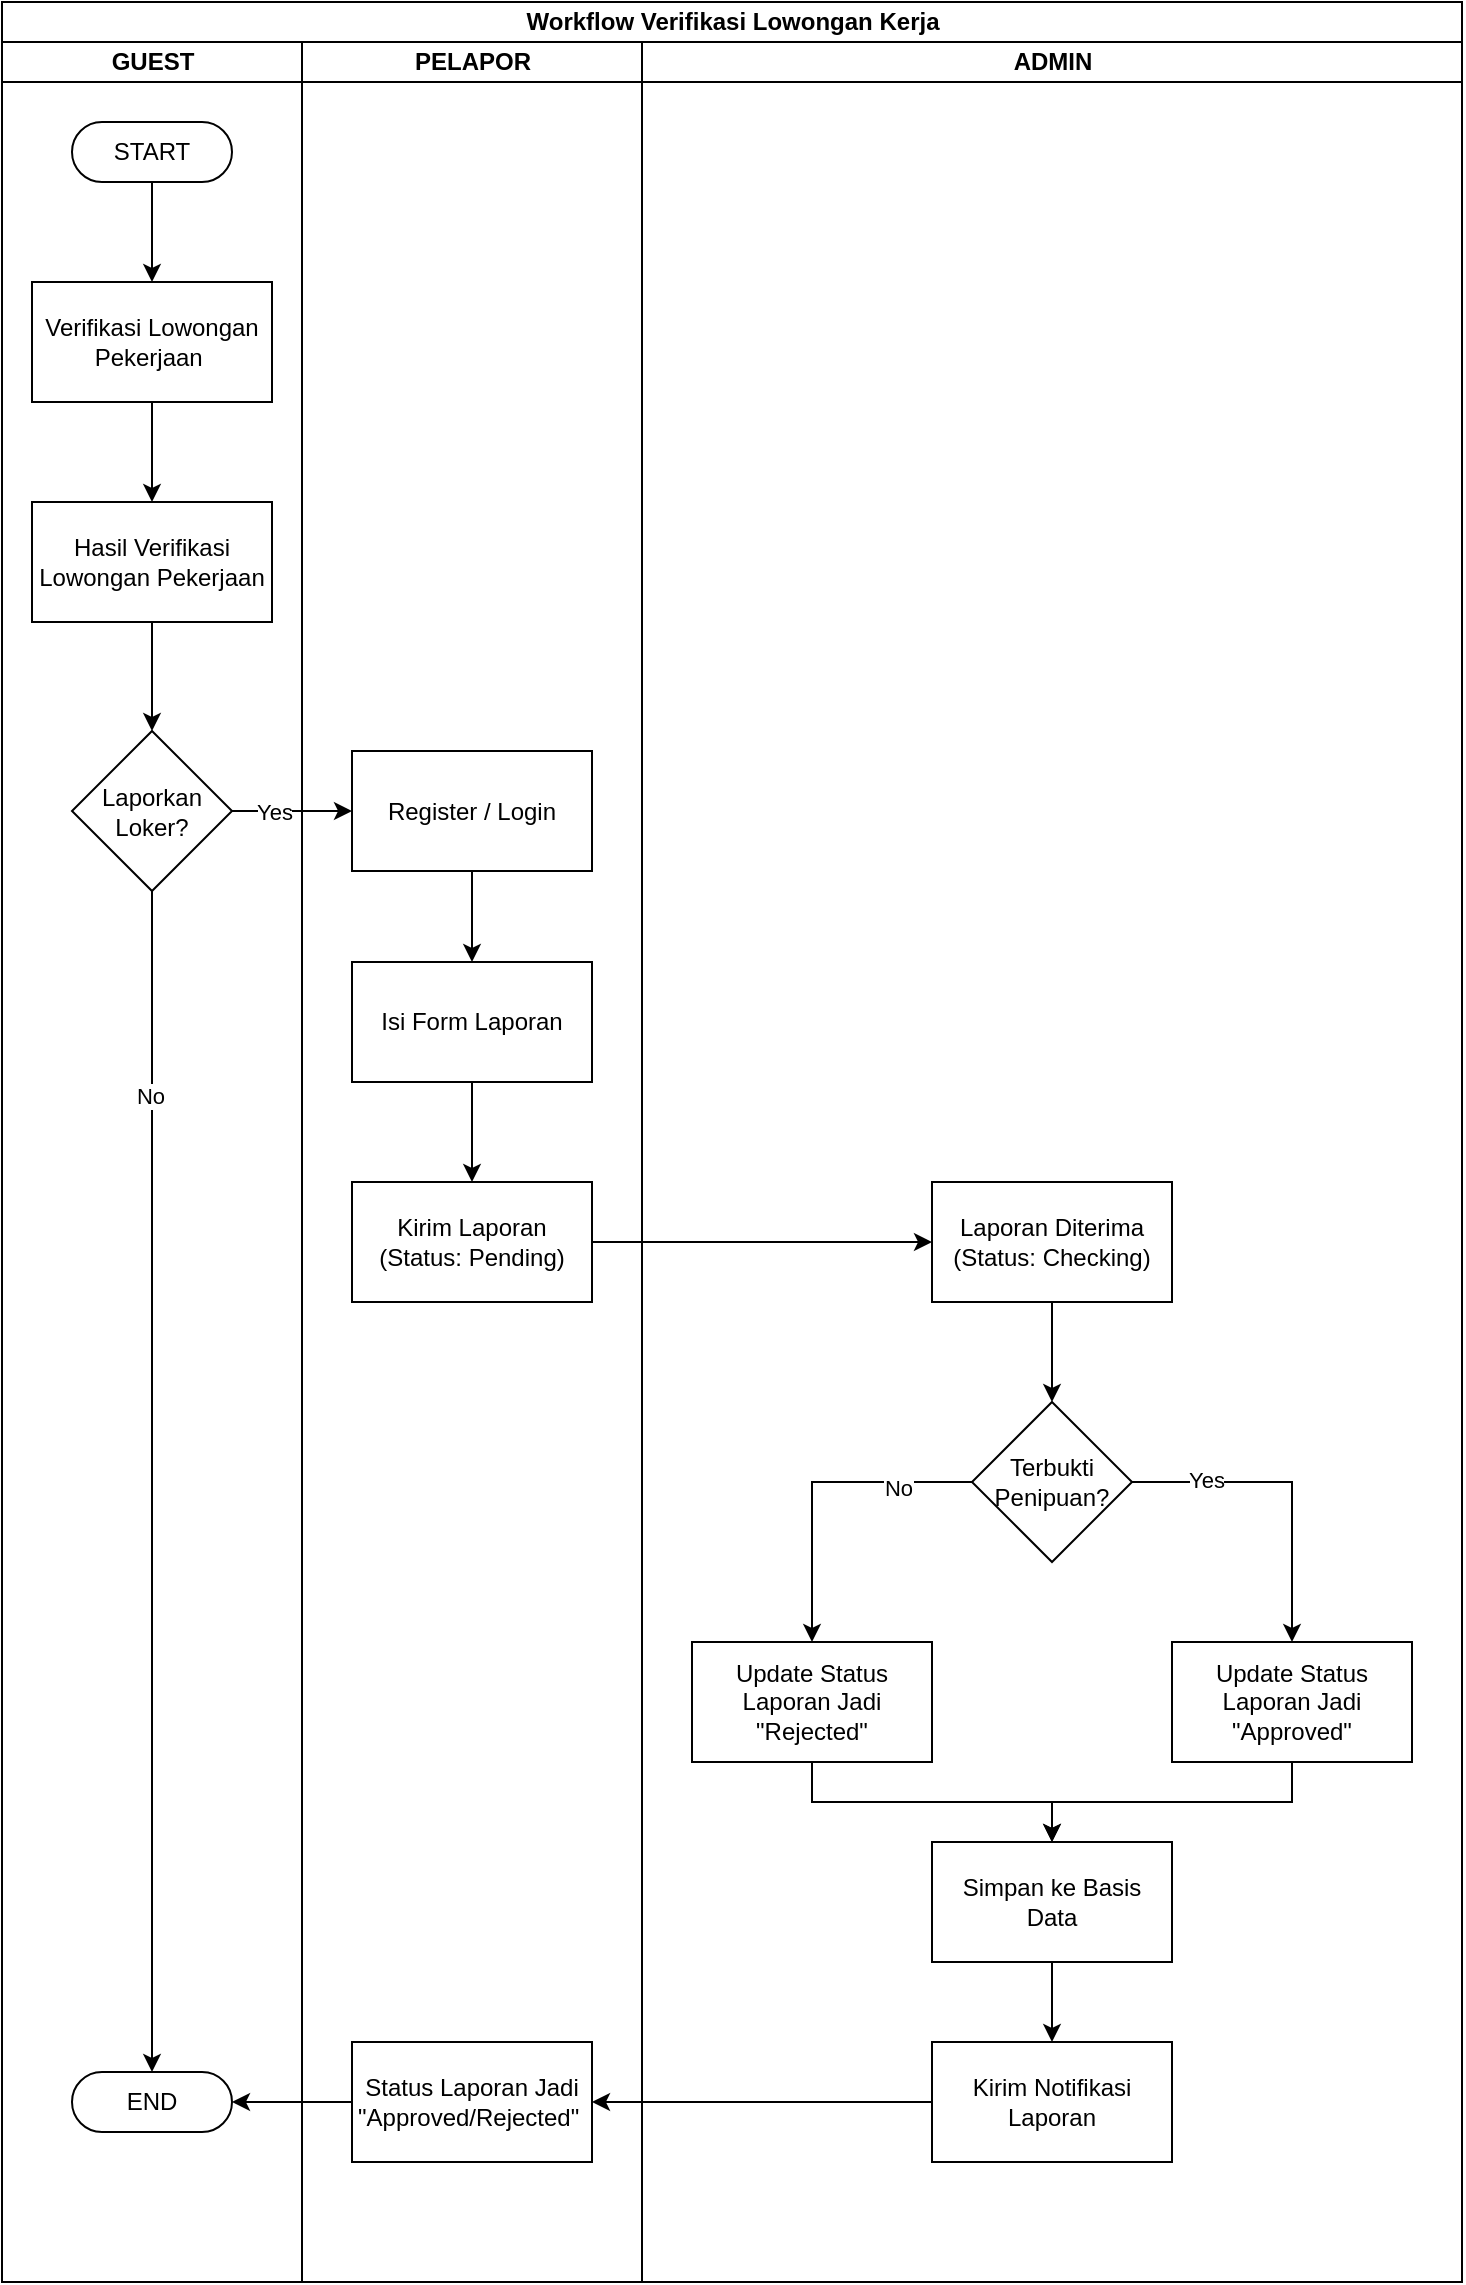
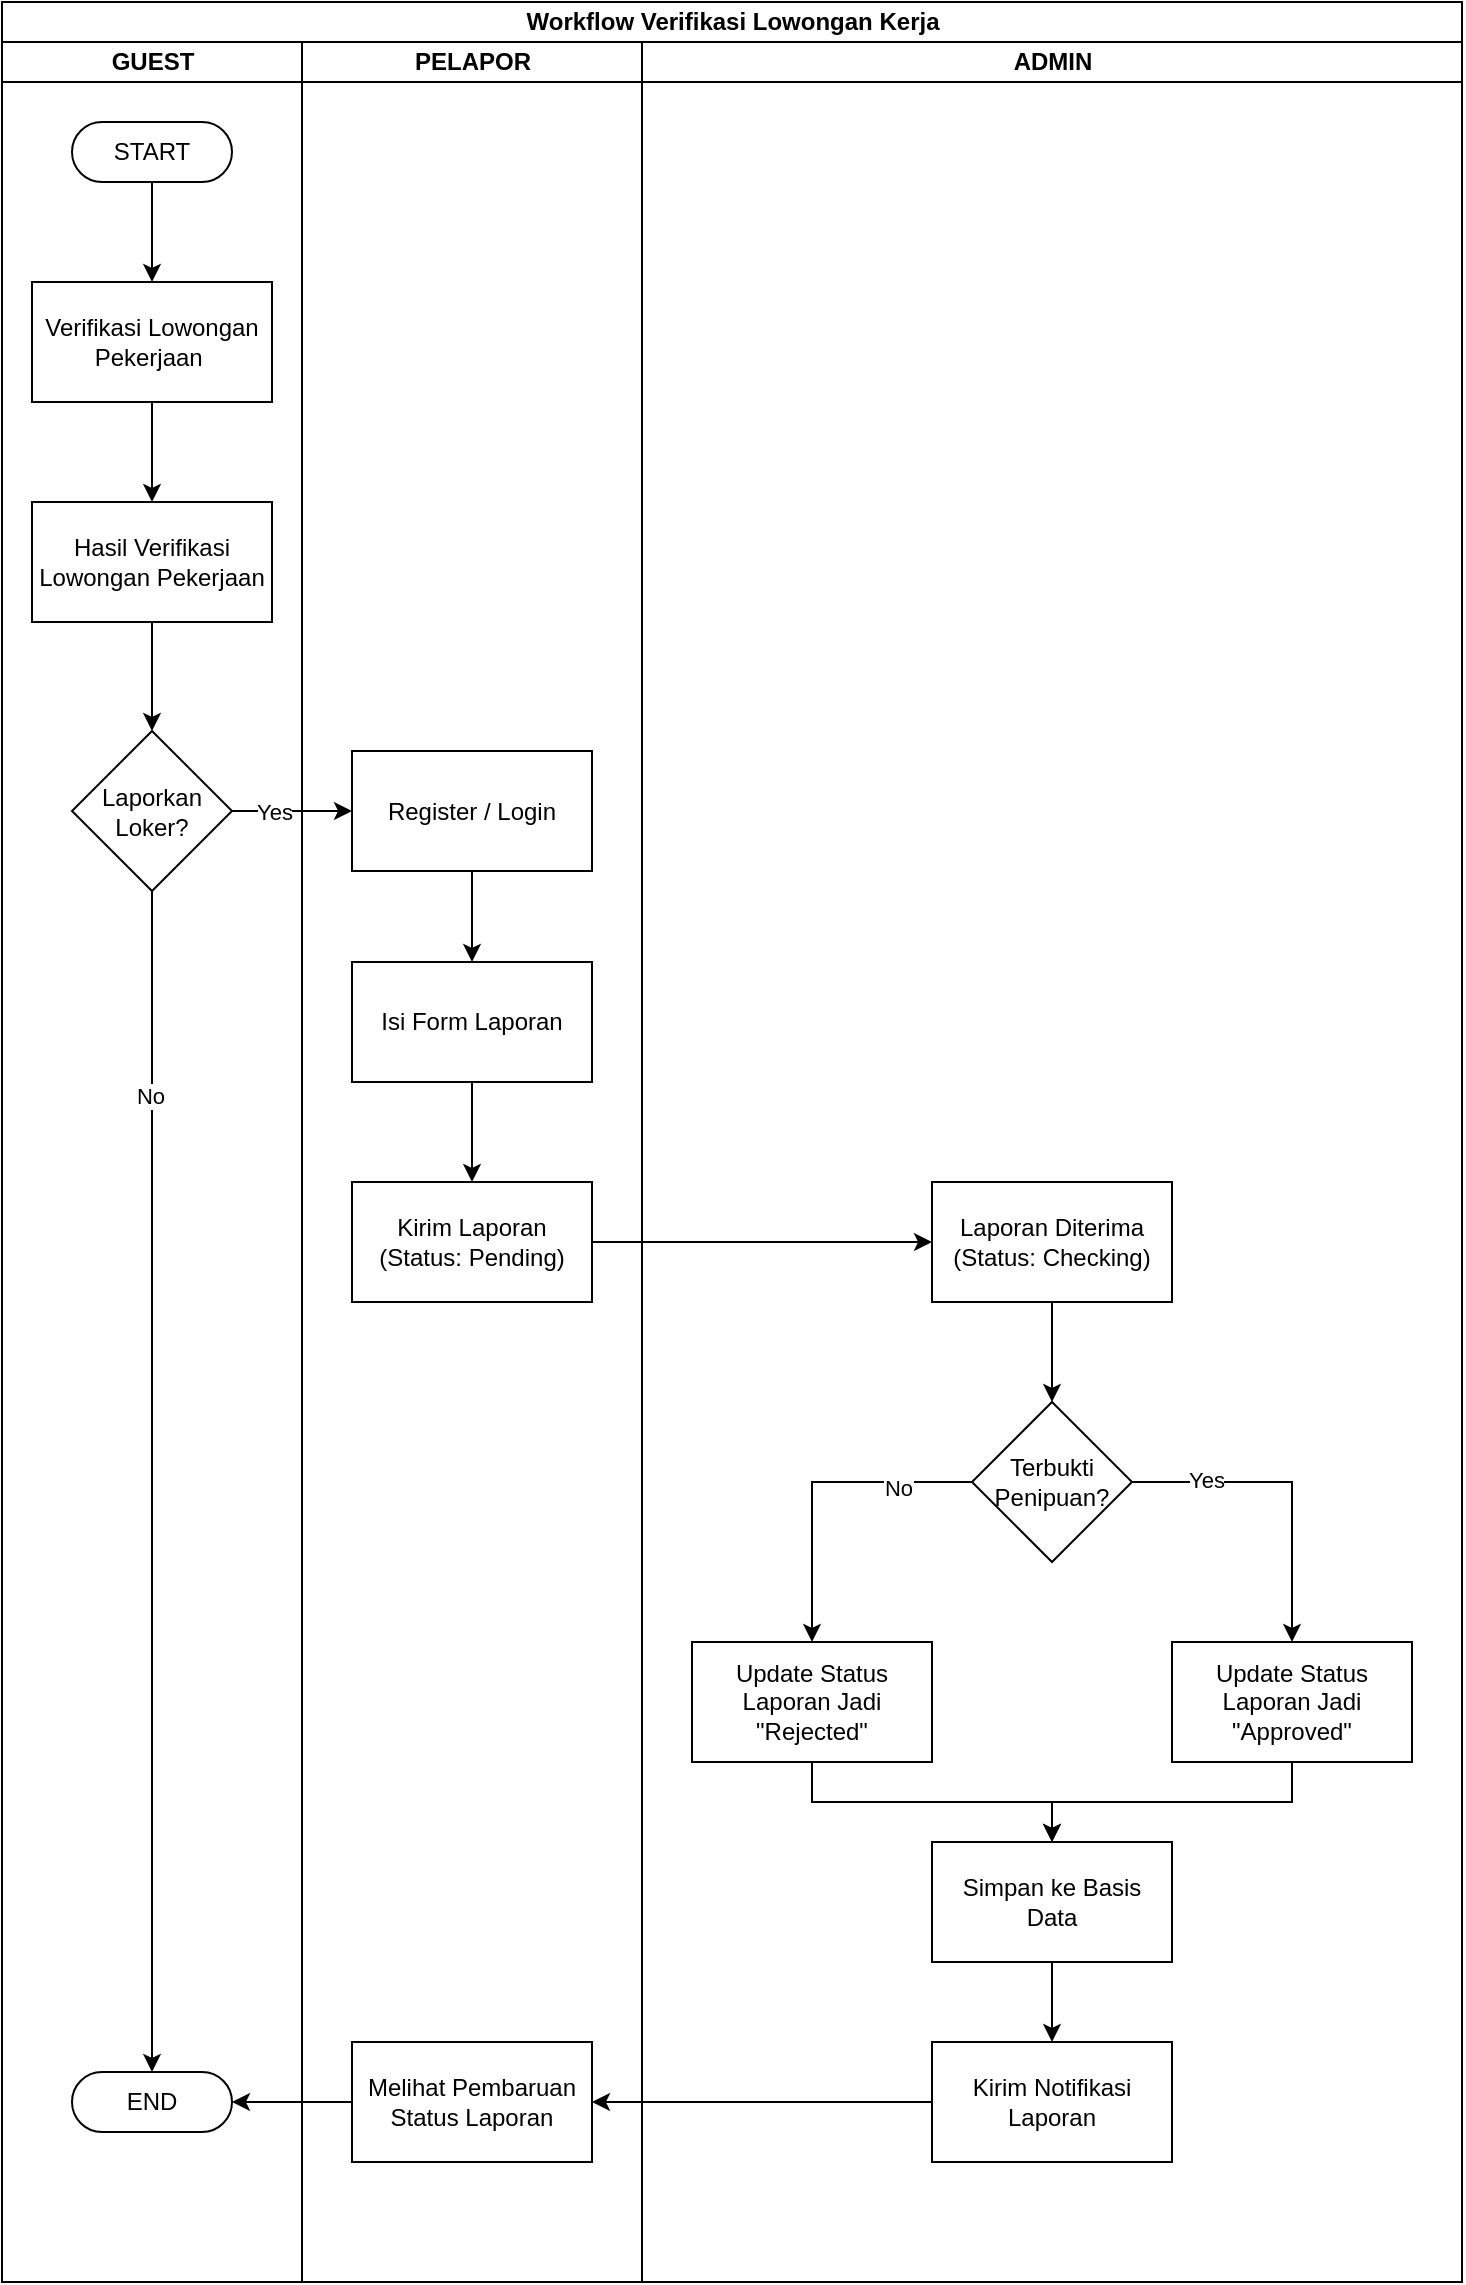
<mxfile host="app.diagrams.net">
  <diagram name="Page-1" id="AH_DpkCW8G2NKo0yafp_">
    <mxGraphModel dx="2054" dy="743" grid="1" gridSize="10" guides="1" tooltips="1" connect="1" arrows="1" fold="1" page="1" pageScale="1" pageWidth="827" pageHeight="1169" math="0" shadow="0">
      <root>
        <mxCell id="0" />
        <mxCell id="1" parent="0" />
        <mxCell id="tpk4NFvTETpMxjlwoaVb-1" parent="1" style="swimlane;childLayout=stackLayout;resizeParent=1;resizeParentMax=0;startSize=20;html=1;" value="Workflow Verifikasi Lowongan Kerja" vertex="1">
          <mxGeometry height="1140" width="729.9999999999995" x="230.00000000000045" y="140" as="geometry" />
        </mxCell>
        <mxCell id="tpk4NFvTETpMxjlwoaVb-2" parent="tpk4NFvTETpMxjlwoaVb-1" style="swimlane;startSize=20;html=1;" value="GUEST" vertex="1">
          <mxGeometry height="1120" width="149.99999999999955" y="20" as="geometry" />
        </mxCell>
        <mxCell id="tpk4NFvTETpMxjlwoaVb-20" edge="1" parent="tpk4NFvTETpMxjlwoaVb-2" source="tpk4NFvTETpMxjlwoaVb-9" style="edgeStyle=orthogonalEdgeStyle;rounded=0;orthogonalLoop=1;jettySize=auto;html=1;" target="tpk4NFvTETpMxjlwoaVb-11" value="">
          <mxGeometry relative="1" as="geometry" />
        </mxCell>
        <mxCell id="tpk4NFvTETpMxjlwoaVb-9" parent="tpk4NFvTETpMxjlwoaVb-2" style="html=1;dashed=0;whiteSpace=wrap;shape=mxgraph.dfd.start" value="START" vertex="1">
          <mxGeometry height="30" width="80" x="34.999999999999545" y="40" as="geometry" />
        </mxCell>
        <mxCell id="tpk4NFvTETpMxjlwoaVb-21" edge="1" parent="tpk4NFvTETpMxjlwoaVb-2" source="tpk4NFvTETpMxjlwoaVb-11" style="edgeStyle=orthogonalEdgeStyle;rounded=0;orthogonalLoop=1;jettySize=auto;html=1;" target="tpk4NFvTETpMxjlwoaVb-13" value="">
          <mxGeometry relative="1" as="geometry" />
        </mxCell>
        <mxCell id="tpk4NFvTETpMxjlwoaVb-11" parent="tpk4NFvTETpMxjlwoaVb-2" style="rounded=0;whiteSpace=wrap;html=1;" value="Verifikasi Lowongan Pekerjaan&amp;nbsp;" vertex="1">
          <mxGeometry height="60" width="120" x="14.999999999999545" y="120" as="geometry" />
        </mxCell>
        <mxCell id="tpk4NFvTETpMxjlwoaVb-22" edge="1" parent="tpk4NFvTETpMxjlwoaVb-2" source="tpk4NFvTETpMxjlwoaVb-13" style="edgeStyle=orthogonalEdgeStyle;rounded=0;orthogonalLoop=1;jettySize=auto;html=1;" target="tpk4NFvTETpMxjlwoaVb-14" value="">
          <mxGeometry relative="1" as="geometry" />
        </mxCell>
        <mxCell id="tpk4NFvTETpMxjlwoaVb-13" parent="tpk4NFvTETpMxjlwoaVb-2" style="rounded=0;whiteSpace=wrap;html=1;" value="Hasil Verifikasi Lowongan Pekerjaan" vertex="1">
          <mxGeometry height="60" width="120" x="14.999999999999545" y="230" as="geometry" />
        </mxCell>
        <mxCell id="tpk4NFvTETpMxjlwoaVb-14" parent="tpk4NFvTETpMxjlwoaVb-2" style="rhombus;whiteSpace=wrap;html=1;" value="Laporkan Loker?" vertex="1">
          <mxGeometry height="80" width="80" x="34.999999999999545" y="344.5" as="geometry" />
        </mxCell>
        <mxCell id="tpk4NFvTETpMxjlwoaVb-25" parent="tpk4NFvTETpMxjlwoaVb-2" style="html=1;dashed=0;whiteSpace=wrap;shape=mxgraph.dfd.start" value="END" vertex="1">
          <mxGeometry height="30" width="80" x="34.999999999999545" y="1015" as="geometry" />
        </mxCell>
        <mxCell id="tpk4NFvTETpMxjlwoaVb-26" edge="1" parent="tpk4NFvTETpMxjlwoaVb-2" source="tpk4NFvTETpMxjlwoaVb-14" style="edgeStyle=orthogonalEdgeStyle;rounded=0;orthogonalLoop=1;jettySize=auto;html=1;exitX=0.5;exitY=1;exitDx=0;exitDy=0;entryX=0.5;entryY=0.5;entryDx=0;entryDy=-15;entryPerimeter=0;" target="tpk4NFvTETpMxjlwoaVb-25">
          <mxGeometry relative="1" as="geometry" />
        </mxCell>
        <mxCell id="tpk4NFvTETpMxjlwoaVb-33" connectable="0" parent="tpk4NFvTETpMxjlwoaVb-26" style="edgeLabel;html=1;align=center;verticalAlign=middle;resizable=0;points=[];" value="No" vertex="1">
          <mxGeometry relative="1" x="-0.6556" y="-1" as="geometry">
            <mxPoint y="1" as="offset" />
          </mxGeometry>
        </mxCell>
        <mxCell id="tpk4NFvTETpMxjlwoaVb-3" parent="tpk4NFvTETpMxjlwoaVb-1" style="swimlane;startSize=20;html=1;" value="PELAPOR" vertex="1">
          <mxGeometry height="1120" width="170" x="149.99999999999955" y="20" as="geometry" />
        </mxCell>
        <mxCell id="tpk4NFvTETpMxjlwoaVb-27" edge="1" parent="tpk4NFvTETpMxjlwoaVb-3" source="tpk4NFvTETpMxjlwoaVb-17" style="edgeStyle=orthogonalEdgeStyle;rounded=0;orthogonalLoop=1;jettySize=auto;html=1;" target="tpk4NFvTETpMxjlwoaVb-24" value="">
          <mxGeometry relative="1" as="geometry" />
        </mxCell>
        <mxCell id="tpk4NFvTETpMxjlwoaVb-17" parent="tpk4NFvTETpMxjlwoaVb-3" style="rounded=0;whiteSpace=wrap;html=1;" value="Register / Login" vertex="1">
          <mxGeometry height="60" width="120" x="25" y="354.5" as="geometry" />
        </mxCell>
        <mxCell id="tpk4NFvTETpMxjlwoaVb-29" edge="1" parent="tpk4NFvTETpMxjlwoaVb-3" source="tpk4NFvTETpMxjlwoaVb-24" style="edgeStyle=orthogonalEdgeStyle;rounded=0;orthogonalLoop=1;jettySize=auto;html=1;" target="tpk4NFvTETpMxjlwoaVb-28" value="">
          <mxGeometry relative="1" as="geometry" />
        </mxCell>
        <mxCell id="tpk4NFvTETpMxjlwoaVb-24" parent="tpk4NFvTETpMxjlwoaVb-3" style="rounded=0;whiteSpace=wrap;html=1;" value="Isi Form Laporan" vertex="1">
          <mxGeometry height="60" width="120" x="25" y="460" as="geometry" />
        </mxCell>
        <mxCell id="tpk4NFvTETpMxjlwoaVb-28" parent="tpk4NFvTETpMxjlwoaVb-3" style="rounded=0;whiteSpace=wrap;html=1;" value="Kirim Laporan (Status: Pending)" vertex="1">
          <mxGeometry height="60" width="120" x="25" y="570" as="geometry" />
        </mxCell>
-         <mxCell id="tpk4NFvTETpMxjlwoaVb-46" parent="tpk4NFvTETpMxjlwoaVb-3" style="rounded=0;whiteSpace=wrap;html=1;" value="Status Laporan Jadi &quot;Approved/Rejected&quot;&amp;nbsp;" vertex="1">
+         <mxCell id="tpk4NFvTETpMxjlwoaVb-46" parent="tpk4NFvTETpMxjlwoaVb-3" style="rounded=0;whiteSpace=wrap;html=1;" value="Melihat Pembaruan Status Laporan" vertex="1">
          <mxGeometry height="60" width="120" x="25" y="1000" as="geometry" />
        </mxCell>
        <mxCell id="tpk4NFvTETpMxjlwoaVb-18" edge="1" parent="tpk4NFvTETpMxjlwoaVb-1" source="tpk4NFvTETpMxjlwoaVb-14" style="edgeStyle=orthogonalEdgeStyle;rounded=0;orthogonalLoop=1;jettySize=auto;html=1;exitX=1;exitY=0.5;exitDx=0;exitDy=0;entryX=0;entryY=0.5;entryDx=0;entryDy=0;" target="tpk4NFvTETpMxjlwoaVb-17">
          <mxGeometry relative="1" as="geometry" />
        </mxCell>
        <mxCell id="tpk4NFvTETpMxjlwoaVb-19" connectable="0" parent="tpk4NFvTETpMxjlwoaVb-18" style="edgeLabel;html=1;align=center;verticalAlign=middle;resizable=0;points=[];" value="Yes" vertex="1">
          <mxGeometry relative="1" x="-0.3167" as="geometry">
            <mxPoint as="offset" />
          </mxGeometry>
        </mxCell>
        <mxCell id="tpk4NFvTETpMxjlwoaVb-4" parent="tpk4NFvTETpMxjlwoaVb-1" style="swimlane;startSize=20;html=1;" value="ADMIN" vertex="1">
          <mxGeometry height="1120" width="410" x="319.99999999999955" y="20" as="geometry" />
        </mxCell>
        <mxCell id="tpk4NFvTETpMxjlwoaVb-34" edge="1" parent="tpk4NFvTETpMxjlwoaVb-4" source="tpk4NFvTETpMxjlwoaVb-30" style="edgeStyle=orthogonalEdgeStyle;rounded=0;orthogonalLoop=1;jettySize=auto;html=1;" target="tpk4NFvTETpMxjlwoaVb-32" value="">
          <mxGeometry relative="1" as="geometry" />
        </mxCell>
        <mxCell id="tpk4NFvTETpMxjlwoaVb-30" parent="tpk4NFvTETpMxjlwoaVb-4" style="rounded=0;whiteSpace=wrap;html=1;" value="Laporan Diterima (Status: Checking)" vertex="1">
          <mxGeometry height="60" width="120" x="145" y="570" as="geometry" />
        </mxCell>
        <mxCell id="tpk4NFvTETpMxjlwoaVb-37" edge="1" parent="tpk4NFvTETpMxjlwoaVb-4" source="tpk4NFvTETpMxjlwoaVb-32" style="edgeStyle=orthogonalEdgeStyle;rounded=0;orthogonalLoop=1;jettySize=auto;html=1;exitX=1;exitY=0.5;exitDx=0;exitDy=0;entryX=0.5;entryY=0;entryDx=0;entryDy=0;" target="tpk4NFvTETpMxjlwoaVb-35">
          <mxGeometry relative="1" as="geometry" />
        </mxCell>
        <mxCell id="tpk4NFvTETpMxjlwoaVb-39" connectable="0" parent="tpk4NFvTETpMxjlwoaVb-37" style="edgeLabel;html=1;align=center;verticalAlign=middle;resizable=0;points=[];" value="Yes" vertex="1">
          <mxGeometry relative="1" x="-0.5375" y="1" as="geometry">
            <mxPoint as="offset" />
          </mxGeometry>
        </mxCell>
        <mxCell id="tpk4NFvTETpMxjlwoaVb-38" edge="1" parent="tpk4NFvTETpMxjlwoaVb-4" source="tpk4NFvTETpMxjlwoaVb-32" style="edgeStyle=orthogonalEdgeStyle;rounded=0;orthogonalLoop=1;jettySize=auto;html=1;exitX=0;exitY=0.5;exitDx=0;exitDy=0;entryX=0.5;entryY=0;entryDx=0;entryDy=0;" target="tpk4NFvTETpMxjlwoaVb-36">
          <mxGeometry relative="1" as="geometry" />
        </mxCell>
        <mxCell id="tpk4NFvTETpMxjlwoaVb-40" connectable="0" parent="tpk4NFvTETpMxjlwoaVb-38" style="edgeLabel;html=1;align=center;verticalAlign=middle;resizable=0;points=[];" value="No" vertex="1">
          <mxGeometry relative="1" x="-0.5375" y="3" as="geometry">
            <mxPoint as="offset" />
          </mxGeometry>
        </mxCell>
        <mxCell id="tpk4NFvTETpMxjlwoaVb-32" parent="tpk4NFvTETpMxjlwoaVb-4" style="rhombus;whiteSpace=wrap;html=1;" value="Terbukti Penipuan?" vertex="1">
          <mxGeometry height="80" width="80" x="165" y="680" as="geometry" />
        </mxCell>
        <mxCell id="tpk4NFvTETpMxjlwoaVb-42" edge="1" parent="tpk4NFvTETpMxjlwoaVb-4" source="tpk4NFvTETpMxjlwoaVb-35" style="edgeStyle=orthogonalEdgeStyle;rounded=0;orthogonalLoop=1;jettySize=auto;html=1;exitX=0.5;exitY=1;exitDx=0;exitDy=0;entryX=0.5;entryY=0;entryDx=0;entryDy=0;" target="tpk4NFvTETpMxjlwoaVb-41">
          <mxGeometry relative="1" as="geometry" />
        </mxCell>
        <mxCell id="tpk4NFvTETpMxjlwoaVb-35" parent="tpk4NFvTETpMxjlwoaVb-4" style="rounded=0;whiteSpace=wrap;html=1;" value="Update Status Laporan Jadi &quot;Approved&quot;" vertex="1">
          <mxGeometry height="60" width="120" x="265" y="800" as="geometry" />
        </mxCell>
        <mxCell id="tpk4NFvTETpMxjlwoaVb-43" edge="1" parent="tpk4NFvTETpMxjlwoaVb-4" source="tpk4NFvTETpMxjlwoaVb-36" style="edgeStyle=orthogonalEdgeStyle;rounded=0;orthogonalLoop=1;jettySize=auto;html=1;exitX=0.5;exitY=1;exitDx=0;exitDy=0;entryX=0.5;entryY=0;entryDx=0;entryDy=0;" target="tpk4NFvTETpMxjlwoaVb-41">
          <mxGeometry relative="1" as="geometry" />
        </mxCell>
        <mxCell id="tpk4NFvTETpMxjlwoaVb-36" parent="tpk4NFvTETpMxjlwoaVb-4" style="rounded=0;whiteSpace=wrap;html=1;" value="Update Status Laporan Jadi &quot;Rejected&quot;" vertex="1">
          <mxGeometry height="60" width="120" x="25" y="800" as="geometry" />
        </mxCell>
        <mxCell id="tpk4NFvTETpMxjlwoaVb-45" edge="1" parent="tpk4NFvTETpMxjlwoaVb-4" source="tpk4NFvTETpMxjlwoaVb-41" style="edgeStyle=orthogonalEdgeStyle;rounded=0;orthogonalLoop=1;jettySize=auto;html=1;" target="tpk4NFvTETpMxjlwoaVb-44" value="">
          <mxGeometry relative="1" as="geometry" />
        </mxCell>
        <mxCell id="tpk4NFvTETpMxjlwoaVb-41" parent="tpk4NFvTETpMxjlwoaVb-4" style="rounded=0;whiteSpace=wrap;html=1;" value="Simpan ke Basis Data" vertex="1">
          <mxGeometry height="60" width="120" x="145" y="900" as="geometry" />
        </mxCell>
        <mxCell id="tpk4NFvTETpMxjlwoaVb-44" parent="tpk4NFvTETpMxjlwoaVb-4" style="rounded=0;whiteSpace=wrap;html=1;" value="Kirim Notifikasi Laporan" vertex="1">
          <mxGeometry height="60" width="120" x="145" y="1000" as="geometry" />
        </mxCell>
        <mxCell id="tpk4NFvTETpMxjlwoaVb-31" edge="1" parent="tpk4NFvTETpMxjlwoaVb-1" source="tpk4NFvTETpMxjlwoaVb-28" style="edgeStyle=orthogonalEdgeStyle;rounded=0;orthogonalLoop=1;jettySize=auto;html=1;exitX=1;exitY=0.5;exitDx=0;exitDy=0;entryX=0;entryY=0.5;entryDx=0;entryDy=0;" target="tpk4NFvTETpMxjlwoaVb-30">
          <mxGeometry relative="1" as="geometry" />
        </mxCell>
        <mxCell id="tpk4NFvTETpMxjlwoaVb-47" edge="1" parent="tpk4NFvTETpMxjlwoaVb-1" source="tpk4NFvTETpMxjlwoaVb-44" style="edgeStyle=orthogonalEdgeStyle;rounded=0;orthogonalLoop=1;jettySize=auto;html=1;exitX=0;exitY=0.5;exitDx=0;exitDy=0;entryX=1;entryY=0.5;entryDx=0;entryDy=0;" target="tpk4NFvTETpMxjlwoaVb-46">
          <mxGeometry relative="1" as="geometry" />
        </mxCell>
        <mxCell id="tpk4NFvTETpMxjlwoaVb-48" edge="1" parent="tpk4NFvTETpMxjlwoaVb-1" source="tpk4NFvTETpMxjlwoaVb-46" style="edgeStyle=orthogonalEdgeStyle;rounded=0;orthogonalLoop=1;jettySize=auto;html=1;exitX=0;exitY=0.5;exitDx=0;exitDy=0;entryX=1;entryY=0.5;entryDx=0;entryDy=0;entryPerimeter=0;" target="tpk4NFvTETpMxjlwoaVb-25">
          <mxGeometry relative="1" as="geometry" />
        </mxCell>
      </root>
    </mxGraphModel>
  </diagram>
</mxfile>
